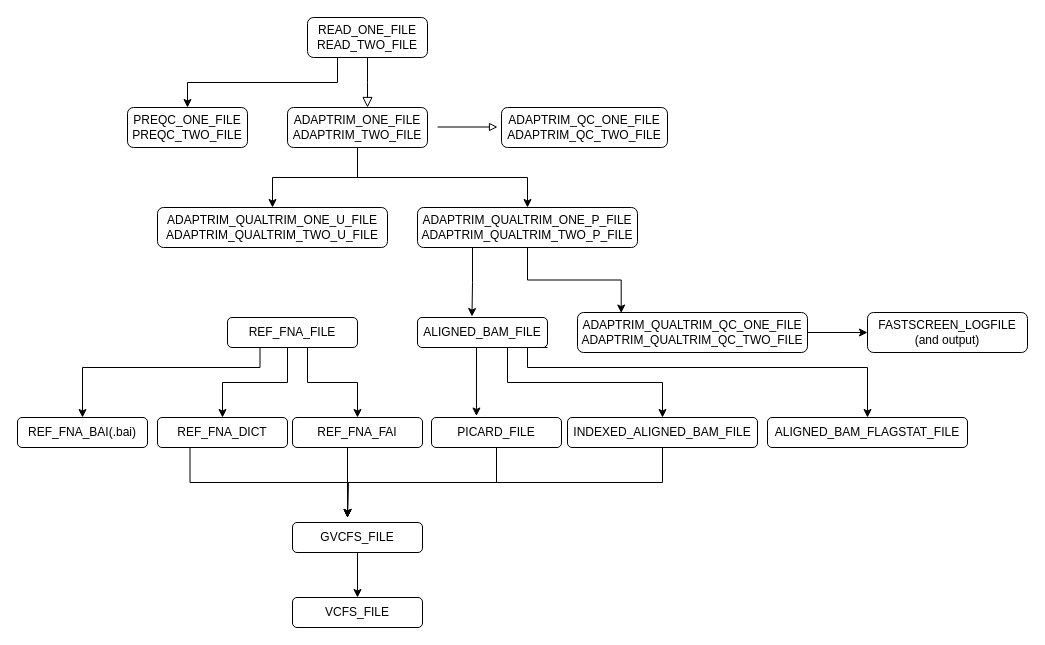
Above: pipeline.drawio in planetme/mutation-accumulation-pipeline (draw.io), before the change. Source tidied: cells renumbered, new cells numbered last; positions are measured from the earlier drawing's top-left corner, leaving out a move shared by most shapes. Both pictures are drawn from the tidied source at 100%, with x=0, y=0 at pixel (17, 17).
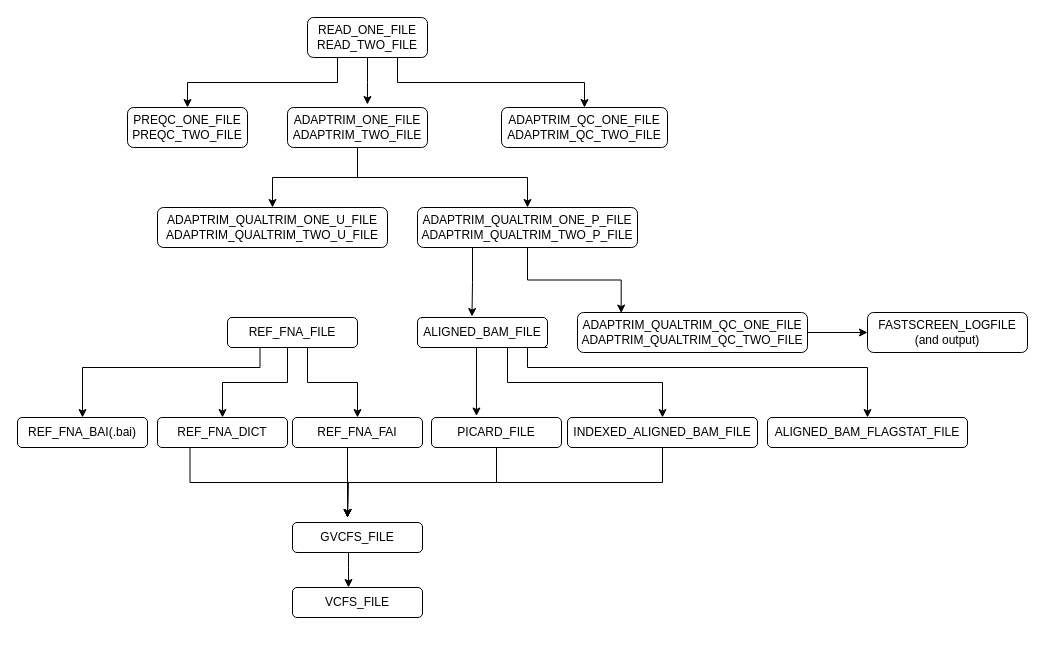
Above is the later version.

Unchanged cells that the change refers to:
```xml
<mxCell id="4" value="READ_ONE_FILE READ_TWO_FILE" style="rounded=1;whiteSpace=wrap;html=1;fontSize=12;glass=0;strokeWidth=1;shadow=0;" parent="1" vertex="1">
  <mxGeometry x="290" width="120" height="40" as="geometry" />
</mxCell>
<mxCell id="5" value="ADAPTRIM_QC_ONE_FILE&lt;br&gt;ADAPTRIM_QC_TWO_FILE" style="rounded=1;whiteSpace=wrap;html=1;fontSize=12;glass=0;strokeWidth=1;shadow=0;" parent="1" vertex="1">
  <mxGeometry x="484" y="90" width="166" height="40" as="geometry" />
</mxCell>
<mxCell id="11" value="ADAPTRIM_ONE_FILE&lt;br style=&quot;border-color: var(--border-color);&quot;&gt;ADAPTRIM_TWO_FILE" style="rounded=1;whiteSpace=wrap;html=1;" parent="1" vertex="1">
  <mxGeometry x="270" y="90" width="140" height="40" as="geometry" />
</mxCell>
<mxCell id="31" value="GVCFS_FILE" style="rounded=1;whiteSpace=wrap;html=1;fontSize=12;glass=0;strokeWidth=1;shadow=0;" parent="1" vertex="1">
  <mxGeometry x="275" y="505" width="130" height="30" as="geometry" />
</mxCell>
```

What changed in the source:
```diff
@@
-    <mxCell id="2" style="rounded=0;html=1;jettySize=auto;fontSize=11;endArrow=block;endFill=0;endSize=8;strokeWidth=1;shadow=0;labelBackgroundColor=none;edgeStyle=orthogonalEdgeStyle;" parent="1" edge="1" source="4">
-      <mxGeometry relative="1" as="geometry">
-        <mxPoint x="350" y="90" as="targetPoint" />
-      </mxGeometry>
-    </mxCell>
@@
+    <mxCell id="39" style="edgeStyle=orthogonalEdgeStyle;rounded=0;jettySize=auto;html=1;exitX=0.5;exitY=1;exitDx=0;exitDy=0;entryX=0.571;entryY=-0.075;entryDx=0;entryDy=0;entryPerimeter=0;" parent="1" edge="1" source="4" target="11">
+      <mxGeometry relative="1" as="geometry" />
+    </mxCell>
+    <mxCell id="40" style="edgeStyle=orthogonalEdgeStyle;rounded=0;jettySize=auto;html=1;exitX=0.75;exitY=1;exitDx=0;exitDy=0;entryX=0.5;entryY=0;entryDx=0;entryDy=0;" parent="1" edge="1" source="4" target="5">
+      <mxGeometry relative="1" as="geometry" />
+    </mxCell>
@@
-    <mxCell id="12" style="endArrow=block;html=1;rounded=0;endFill=0;" parent="1" edge="1">
-      <mxGeometry relative="1" as="geometry">
-        <mxPoint x="420" y="109.5" as="sourcePoint" />
-        <mxPoint x="480" y="109.5" as="targetPoint" />
-      </mxGeometry>
-    </mxCell>
@@
-    <mxCell id="30" style="edgeStyle=orthogonalEdgeStyle;rounded=0;jettySize=auto;html=1;exitX=0.5;exitY=1;exitDx=0;exitDy=0;entryX=0.5;entryY=0;entryDx=0;entryDy=0;" parent="1" edge="1" source="31" target="34">
-      <mxGeometry relative="1" as="geometry" />
-    </mxCell>
+    <mxCell id="41" style="edgeStyle=orthogonalEdgeStyle;rounded=0;orthogonalLoop=1;jettySize=auto;html=1;exitX=0.5;exitY=1;exitDx=0;exitDy=0;" parent="1" edge="1">
+      <mxGeometry relative="1" as="geometry">
+        <mxPoint x="331" y="535" as="sourcePoint" />
+        <mxPoint x="331" y="570" as="targetPoint" />
+        <Array as="points">
+          <mxPoint x="331" y="550" />
+          <mxPoint x="331" y="550" />
+        </Array>
+      </mxGeometry>
+    </mxCell>
@@
     <mxCell id="34" value="VCFS_FILE" style="rounded=1;whiteSpace=wrap;html=1;fontSize=12;glass=0;strokeWidth=1;shadow=0;" parent="1" vertex="1">
-      <mxGeometry x="275" y="580" width="130" height="30" as="geometry" />
+      <mxGeometry x="275" y="570" width="130" height="30" as="geometry" />
     </mxCell>
```
